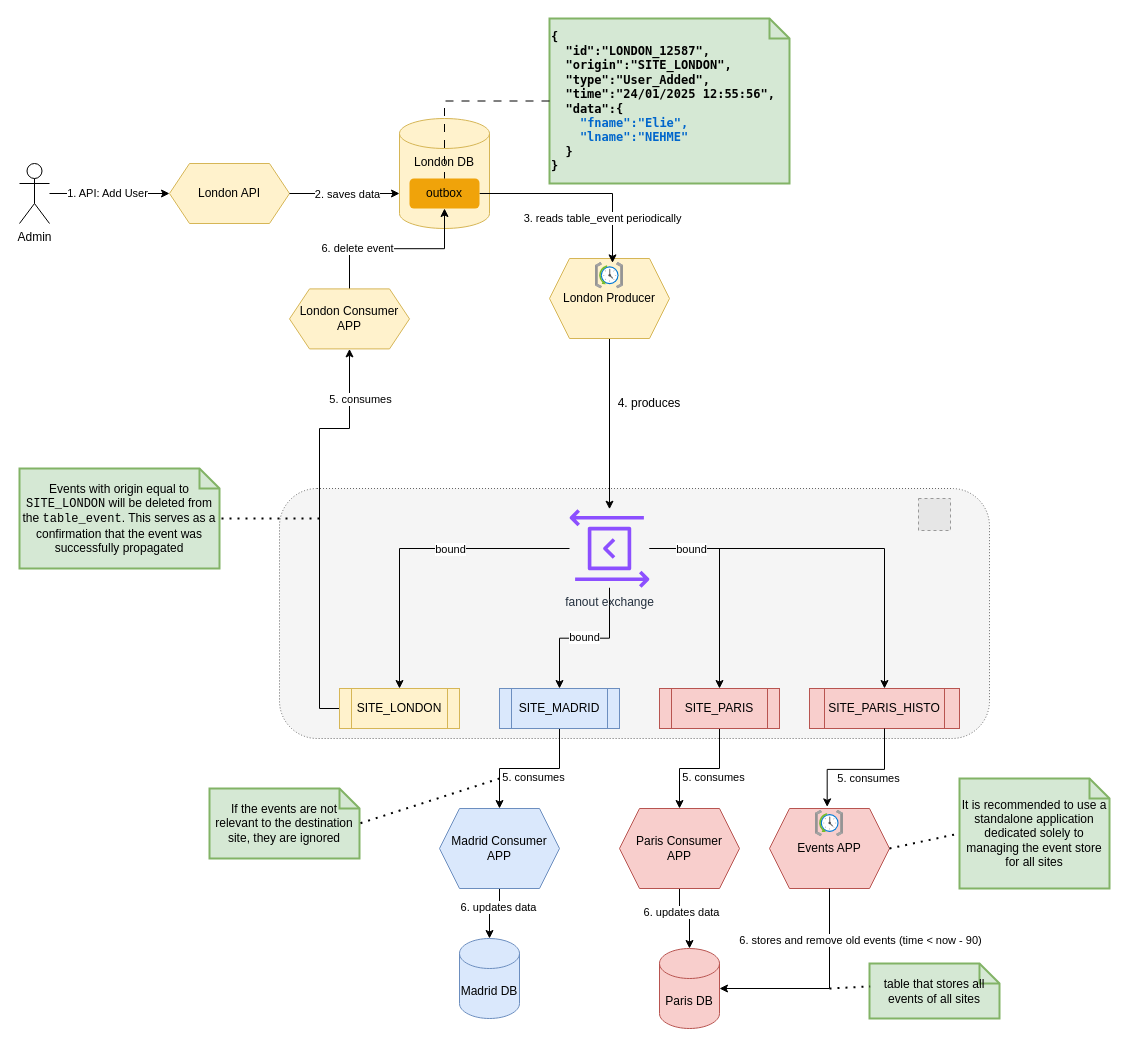
Above: page "Archi-with-outbox" (4 of 4) of synch-db.drawio in elie29/rabbitmq-cluster-multi-site (draw.io), before the change. Source tidied: cells renumbered, new cells numbered last; positions are measured from the earlier drawing's top-left corner, leaving out a move shared by most shapes. Both pictures are drawn from the tidied source at 100%, with x=0, y=0 at pixel (19, 18). Pictures stored in the file or linked from it are replaced by grey dashed boxes.
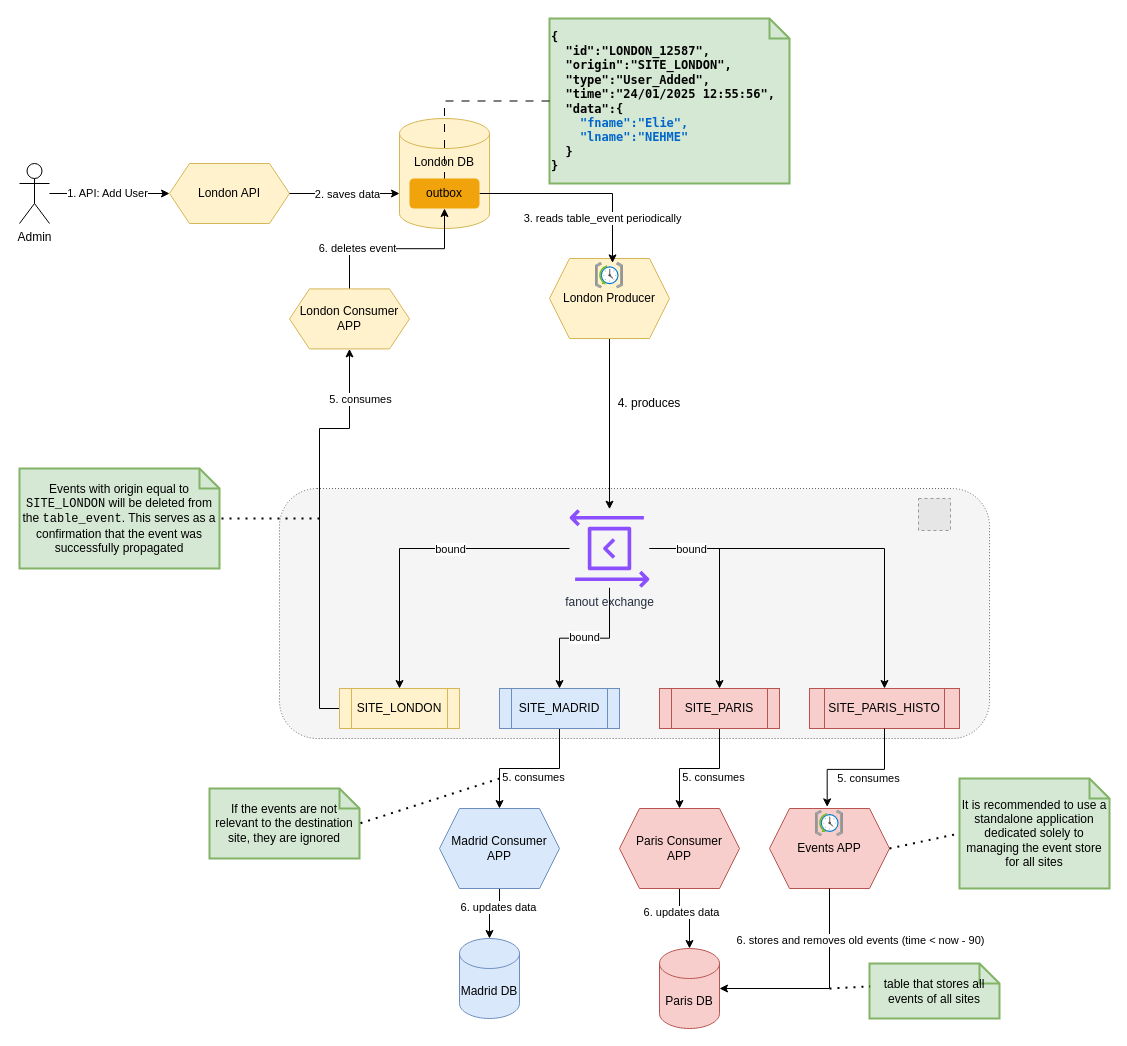
Above is the later version.

Commit message:
🤖 Update the Draw.io diagram to add new components and connections, increasing page count and enhancing architectural layout.

Unchanged cells that the change refers to:
```xml
<mxCell id="46" style="edgeStyle=orthogonalEdgeStyle;rounded=0;jettySize=auto;html=1;entryX=1;entryY=0.5;entryDx=0;entryDy=0;entryPerimeter=0;exitX=0.5;exitY=1;exitDx=0;exitDy=0;" parent="1" edge="1" source="43" target="25">
  <mxGeometry relative="1" as="geometry" />
</mxCell>
<mxCell id="58" style="edgeStyle=orthogonalEdgeStyle;rounded=0;jettySize=auto;html=1;entryX=0.5;entryY=1;entryDx=0;entryDy=0;" parent="1" edge="1" source="60" target="57">
  <mxGeometry relative="1" as="geometry" />
</mxCell>
```

Change to the diagram source:
```diff
@@
-    <mxCell id="47" value="6. stores and remove old events (time &amp;lt; now - 90)" style="edgeLabel;html=1;align=center;verticalAlign=middle;" parent="46" vertex="1">
+    <mxCell id="47" value="6. stores and removes old events (time &amp;lt; now - 90)" style="edgeLabel;html=1;align=center;verticalAlign=middle;" parent="46" vertex="1">
       <mxGeometry x="-0.46" y="1" relative="1" as="geometry">
         <mxPoint x="29" y="-6" as="offset" />
       </mxGeometry>
     </mxCell>
@@
-    <mxCell id="59" value="6. delete event" style="edgeLabel;html=1;align=center;verticalAlign=middle;" parent="58" vertex="1">
+    <mxCell id="59" value="6. deletes event" style="edgeLabel;html=1;align=center;verticalAlign=middle;" parent="58" vertex="1">
       <mxGeometry x="-0.45" y="-3" relative="1" as="geometry">
         <mxPoint y="-4" as="offset" />
       </mxGeometry>
     </mxCell>
```
